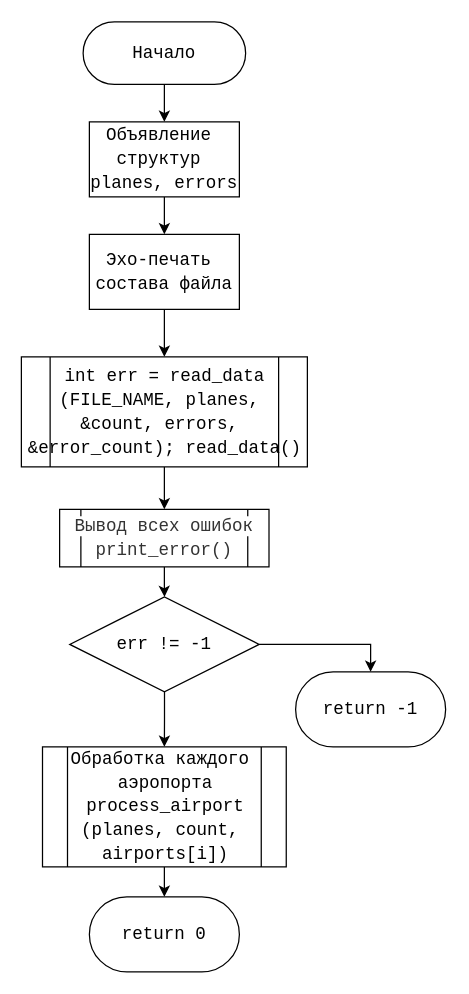
Earlier version of the draw.io diagram Курсовая/Reports/main.drawio (ZeroD1vision/Programming). Source tidied: cells renumbered, new cells numbered last; positions are measured from the earlier drawing's top-left corner, leaving out a move shared by most shapes. Both pictures are drawn from the tidied source at 125%, with x=0, y=0 at pixel (21, 21).
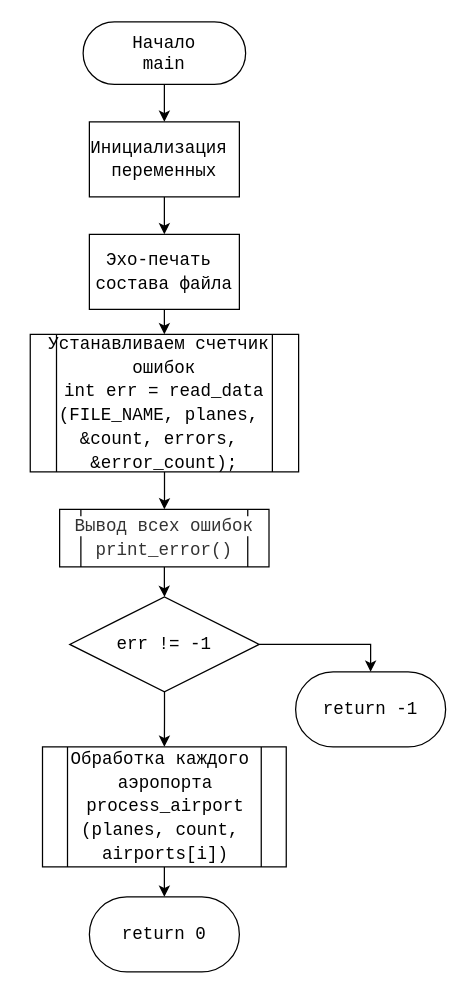
Above is the later version.

What changed in the source:
```diff
@@
 <mxGraphModel>
   <root>
     <mxCell id="0" />
     <mxCell id="1" parent="0" />
     <mxCell id="2" style="edgeStyle=orthogonalEdgeStyle;rounded=0;jettySize=auto;html=1;" parent="1" edge="1" source="3" target="5">
       <mxGeometry relative="1" as="geometry" />
     </mxCell>
-    <mxCell id="3" value="&lt;font style=&quot;background-color: light-dark(#ffffff, var(--ge-dark-color, #121212));&quot;&gt;Начало&lt;/font&gt;" style="rounded=1;whiteSpace=wrap;html=1;arcSize=50;fontFamily=Consolas;fontSize=14;" parent="1" vertex="1">
+    <mxCell id="3" value="&lt;font style=&quot;background-color: light-dark(#ffffff, var(--ge-dark-color, #121212));&quot;&gt;Начало&lt;/font&gt;&lt;div&gt;&lt;font style=&quot;background-color: light-dark(#ffffff, var(--ge-dark-color, #121212));&quot;&gt;main&lt;/font&gt;&lt;/div&gt;" style="rounded=1;whiteSpace=wrap;html=1;arcSize=50;fontFamily=Consolas;fontSize=14;" parent="1" vertex="1">
       <mxGeometry x="49" width="130" height="50" as="geometry" />
     </mxCell>
     <mxCell id="4" style="edgeStyle=orthogonalEdgeStyle;rounded=0;jettySize=auto;html=1;" parent="1" edge="1" source="5" target="7">
       <mxGeometry relative="1" as="geometry" />
     </mxCell>
-    <mxCell id="5" value="&lt;div style=&quot;font-family: Consolas, &amp;quot;Courier New&amp;quot;, monospace; line-height: 19px; white-space: pre;&quot;&gt;&lt;span&gt;&lt;font style=&quot;color: rgb(0, 0, 0);&quot;&gt;Объявление &lt;/font&gt;&lt;/span&gt;&lt;/div&gt;&lt;div style=&quot;font-family: Consolas, &amp;quot;Courier New&amp;quot;, monospace; line-height: 19px; white-space: pre;&quot;&gt;&lt;span&gt;&lt;font style=&quot;color: rgb(0, 0, 0);&quot;&gt;структур &lt;/font&gt;&lt;/span&gt;&lt;/div&gt;&lt;div style=&quot;font-family: Consolas, &amp;quot;Courier New&amp;quot;, monospace; line-height: 19px; white-space: pre;&quot;&gt;&lt;span&gt;&lt;font style=&quot;color: rgb(0, 0, 0);&quot;&gt;planes, errors&lt;/font&gt;&lt;/span&gt;&lt;/div&gt;" style="whiteSpace=wrap;html=1;fontSize=14;fontFamily=Consolas;rounded=1;arcSize=0;" parent="1" vertex="1">
+    <mxCell id="5" value="&lt;div style=&quot;font-family: Consolas, &amp;quot;Courier New&amp;quot;, monospace; line-height: 19px; white-space: pre;&quot;&gt;&lt;div&gt;Инициализация &lt;/div&gt;&lt;div&gt;переменных&lt;/div&gt;&lt;/div&gt;" style="whiteSpace=wrap;html=1;fontSize=14;fontFamily=Consolas;rounded=1;arcSize=0;" parent="1" vertex="1">
       <mxGeometry x="54" y="80" width="120" height="60" as="geometry" />
     </mxCell>
     <mxCell id="6" style="edgeStyle=orthogonalEdgeStyle;rounded=0;jettySize=auto;html=1;" parent="1" edge="1" source="7" target="9">
       <mxGeometry relative="1" as="geometry" />
     </mxCell>
     <mxCell id="7" value="&lt;div style=&quot;font-family: Consolas, &amp;quot;Courier New&amp;quot;, monospace; line-height: 19px; white-space: pre;&quot;&gt;&lt;div style=&quot;line-height: 19px;&quot;&gt;&lt;span&gt;&lt;font style=&quot;color: rgb(0, 0, 0);&quot;&gt;&lt;span&gt;Эхо&lt;/span&gt;-печать &lt;/font&gt;&lt;/span&gt;&lt;/div&gt;&lt;div style=&quot;line-height: 19px;&quot;&gt;&lt;span&gt;&lt;font style=&quot;color: rgb(0, 0, 0);&quot;&gt;состава файла&lt;/font&gt;&lt;/span&gt;&lt;/div&gt;&lt;/div&gt;" style="whiteSpace=wrap;html=1;fontSize=14;fontFamily=Consolas;rounded=1;arcSize=0;" parent="1" vertex="1">
       <mxGeometry x="54" y="170" width="120" height="60" as="geometry" />
     </mxCell>
     <mxCell id="8" style="edgeStyle=orthogonalEdgeStyle;rounded=0;jettySize=auto;html=1;" parent="1" edge="1" source="9" target="14">
       <mxGeometry relative="1" as="geometry" />
     </mxCell>
-    <mxCell id="9" value="&lt;div style=&quot;font-family: Consolas, &amp;quot;Courier New&amp;quot;, monospace; line-height: 19px; white-space: pre;&quot;&gt;&lt;span&gt;&lt;font style=&quot;color: rgb(0, 0, 0);&quot;&gt;int err = read_data&lt;/font&gt;&lt;/span&gt;&lt;/div&gt;&lt;div style=&quot;font-family: Consolas, &amp;quot;Courier New&amp;quot;, monospace; line-height: 19px; white-space: pre;&quot;&gt;&lt;span&gt;&lt;font style=&quot;color: rgb(0, 0, 0);&quot;&gt;(FILE_NAME, planes, &lt;/font&gt;&lt;/span&gt;&lt;/div&gt;&lt;div style=&quot;font-family: Consolas, &amp;quot;Courier New&amp;quot;, monospace; line-height: 19px; white-space: pre;&quot;&gt;&lt;span&gt;&lt;font style=&quot;color: rgb(0, 0, 0);&quot;&gt;&amp;amp;count, errors, &lt;/font&gt;&lt;/span&gt;&lt;/div&gt;&lt;div style=&quot;font-family: Consolas, &amp;quot;Courier New&amp;quot;, monospace; line-height: 19px; white-space: pre;&quot;&gt;&lt;span&gt;&lt;font style=&quot;color: rgb(0, 0, 0);&quot;&gt;&amp;amp;error_count);&lt;font style=&quot;color: rgb(0, 0, 0);&quot;&gt; read_data()&lt;/font&gt;&lt;/font&gt;&lt;/span&gt;&lt;/div&gt;" style="shape=process;whiteSpace=wrap;html=1;backgroundOutline=1;fontSize=14;fontFamily=Consolas;rounded=1;arcSize=0;" parent="1" vertex="1">
-      <mxGeometry x="-0.4" y="268" width="228.8" height="88" as="geometry" />
+    <mxCell id="9" value="&lt;div style=&quot;font-family: Consolas, &amp;quot;Courier New&amp;quot;, monospace; line-height: 19px; white-space: pre;&quot;&gt;&lt;span&gt;&lt;font style=&quot;color: rgb(0, 0, 0);&quot;&gt;Устанавливаем счетчик &lt;/font&gt;&lt;/span&gt;&lt;/div&gt;&lt;div style=&quot;font-family: Consolas, &amp;quot;Courier New&amp;quot;, monospace; line-height: 19px; white-space: pre;&quot;&gt;&lt;span style=&quot;color: light-dark(rgb(0, 0, 0), rgb(237, 237, 237)); background-color: transparent;&quot;&gt;ошибок&lt;/span&gt;&lt;/div&gt;&lt;div style=&quot;font-family: Consolas, &amp;quot;Courier New&amp;quot;, monospace; line-height: 19px; white-space: pre;&quot;&gt;&lt;span&gt;&lt;font style=&quot;color: rgb(0, 0, 0);&quot;&gt;int err = read_data&lt;/font&gt;&lt;/span&gt;&lt;/div&gt;&lt;div style=&quot;font-family: Consolas, &amp;quot;Courier New&amp;quot;, monospace; line-height: 19px; white-space: pre;&quot;&gt;&lt;span&gt;&lt;font style=&quot;color: rgb(0, 0, 0);&quot;&gt;(FILE_NAME, planes, &lt;/font&gt;&lt;/span&gt;&lt;/div&gt;&lt;div style=&quot;font-family: Consolas, &amp;quot;Courier New&amp;quot;, monospace; line-height: 19px; white-space: pre;&quot;&gt;&lt;span&gt;&lt;font style=&quot;color: rgb(0, 0, 0);&quot;&gt;&amp;amp;count, errors, &lt;/font&gt;&lt;/span&gt;&lt;/div&gt;&lt;div style=&quot;font-family: Consolas, &amp;quot;Courier New&amp;quot;, monospace; line-height: 19px; white-space: pre;&quot;&gt;&lt;span&gt;&lt;font style=&quot;color: rgb(0, 0, 0);&quot;&gt;&amp;amp;error_count);&lt;/font&gt;&lt;/span&gt;&lt;/div&gt;" style="shape=process;whiteSpace=wrap;html=1;backgroundOutline=1;fontSize=14;fontFamily=Consolas;rounded=1;arcSize=0;" parent="1" vertex="1">
+      <mxGeometry x="6.7" y="250" width="214.7" height="110" as="geometry" />
     </mxCell>
     <mxCell id="10" style="edgeStyle=orthogonalEdgeStyle;rounded=0;jettySize=auto;html=1;entryX=0.5;entryY=0;entryDx=0;entryDy=0;" parent="1" edge="1" source="12" target="15">
       <mxGeometry relative="1" as="geometry" />
     </mxCell>
     <mxCell id="11" style="edgeStyle=orthogonalEdgeStyle;rounded=0;jettySize=auto;html=1;" parent="1" edge="1" source="12" target="17">
       <mxGeometry relative="1" as="geometry" />
     </mxCell>
     <mxCell id="12" value="&lt;div style=&quot;font-family: Consolas, &amp;quot;Courier New&amp;quot;, monospace; line-height: 19px; white-space: pre;&quot;&gt;&lt;div style=&quot;line-height: 19px;&quot;&gt;&lt;div style=&quot;line-height: 19px;&quot;&gt;&lt;div style=&quot;line-height: 19px;&quot;&gt;&lt;span style=&quot;color: light-dark(rgb(0, 0, 0), rgb(237, 237, 237)); background-color: transparent;&quot;&gt;err != -1&lt;/span&gt;&lt;/div&gt;&lt;/div&gt;&lt;/div&gt;&lt;/div&gt;" style="rhombus;whiteSpace=wrap;html=1;rounded=1;strokeColor=default;align=center;verticalAlign=middle;arcSize=0;fontFamily=Consolas;fontSize=14;fontColor=default;fillColor=default;" parent="1" vertex="1">
       <mxGeometry x="38.3" y="460" width="151.5" height="76" as="geometry" />
     </mxCell>
     <mxCell id="13" style="edgeStyle=orthogonalEdgeStyle;rounded=0;jettySize=auto;html=1;" parent="1" edge="1" source="14" target="12">
       <mxGeometry relative="1" as="geometry" />
     </mxCell>
     <mxCell id="14" value="&lt;div style=&quot;line-height: 19px; white-space: pre;&quot;&gt;&lt;span style=&quot;color: rgb(51, 51, 51); white-space-collapse: collapse; background-color: rgb(255, 255, 255);&quot;&gt;&lt;font face=&quot;Consolas, Monaco, Andale Mono, Ubuntu Mono, monospace&quot;&gt;Вывод всех ошибок&lt;br&gt;print_error()&lt;/font&gt;&lt;/span&gt;&lt;/div&gt;" style="shape=process;whiteSpace=wrap;html=1;backgroundOutline=1;fontSize=14;fontFamily=Consolas;rounded=1;arcSize=0;" parent="1" vertex="1">
       <mxGeometry x="30.2" y="390" width="167.5" height="46" as="geometry" />
     </mxCell>
     <mxCell id="15" value="return -1" style="whiteSpace=wrap;html=1;fontSize=14;fontFamily=Consolas;rounded=1;arcSize=50;" parent="1" vertex="1">
       <mxGeometry x="219" y="520" width="120" height="60" as="geometry" />
     </mxCell>
     <mxCell id="16" style="edgeStyle=orthogonalEdgeStyle;rounded=0;jettySize=auto;html=1;" parent="1" edge="1" source="17" target="18">
       <mxGeometry relative="1" as="geometry" />
     </mxCell>
     <mxCell id="17" value="&lt;div style=&quot;font-family: Consolas, &amp;quot;Courier New&amp;quot;, monospace; line-height: 19px; white-space: pre;&quot;&gt;&lt;font style=&quot;color: rgb(0, 0, 0);&quot;&gt;Обработка каждого &lt;/font&gt;&lt;/div&gt;&lt;div style=&quot;font-family: Consolas, &amp;quot;Courier New&amp;quot;, monospace; line-height: 19px; white-space: pre;&quot;&gt;&lt;font style=&quot;color: rgb(0, 0, 0);&quot;&gt;аэропорта&lt;br/&gt;process_airport&lt;/font&gt;&lt;/div&gt;&lt;div style=&quot;font-family: Consolas, &amp;quot;Courier New&amp;quot;, monospace; line-height: 19px; white-space: pre;&quot;&gt;&lt;font style=&quot;color: rgb(0, 0, 0);&quot;&gt;(planes, count, &lt;/font&gt;&lt;/div&gt;&lt;div style=&quot;font-family: Consolas, &amp;quot;Courier New&amp;quot;, monospace; line-height: 19px; white-space: pre;&quot;&gt;&lt;font style=&quot;color: rgb(0, 0, 0);&quot;&gt;airports[i])&lt;/font&gt;&lt;/div&gt;" style="shape=process;whiteSpace=wrap;html=1;backgroundOutline=1;fontSize=14;fontFamily=Consolas;rounded=1;arcSize=0;" parent="1" vertex="1">
       <mxGeometry x="16.5" y="580" width="195" height="96" as="geometry" />
     </mxCell>
     <mxCell id="18" value="return 0" style="whiteSpace=wrap;html=1;fontSize=14;fontFamily=Consolas;rounded=1;arcSize=50;" parent="1" vertex="1">
       <mxGeometry x="54" y="700" width="120" height="60" as="geometry" />
     </mxCell>
   </root>
 </mxGraphModel>
```
